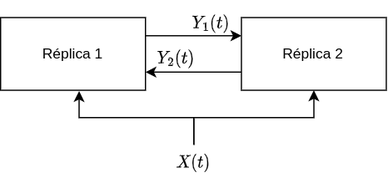
The draw.io diagram docs/latex/img/redundancia_doble.png in Federiconunezfrau/FCC-project-LARoptero, before a commit. Source tidied: cells renumbered, new cells last; positions are measured from the earlier drawing's top-left corner, leaving out a move shared by most shapes.
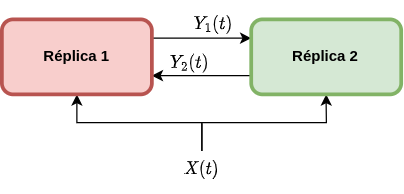
Later version of the same file.

Diff of the diagram source:
```diff
@@ -2,32 +2,34 @@
   <root>
     <mxCell id="0" />
     <mxCell id="1" parent="0" />
-    <mxCell id="2" style="edgeStyle=orthogonalEdgeStyle;rounded=0;jettySize=auto;html=1;exitX=1;exitY=0.25;exitDx=0;exitDy=0;entryX=0;entryY=0.25;entryDx=0;entryDy=0;" parent="1" edge="1" source="3" target="5">
+    <mxCell id="2" style="edgeStyle=orthogonalEdgeStyle;rounded=0;jettySize=auto;html=1;exitX=1;exitY=0.25;exitDx=0;exitDy=0;entryX=0;entryY=0.25;entryDx=0;entryDy=0;" parent="1" edge="1" source="9" target="10">
       <mxGeometry relative="1" as="geometry" />
     </mxCell>
-    <mxCell id="3" value="Réplica 1" style="rounded=0;whiteSpace=wrap;html=1;" parent="1" vertex="1">
-      <mxGeometry y="5" width="120" height="60" as="geometry" />
+    <mxCell id="3" style="edgeStyle=orthogonalEdgeStyle;rounded=0;jettySize=auto;html=1;exitX=0;exitY=0.75;exitDx=0;exitDy=0;entryX=1;entryY=0.75;entryDx=0;entryDy=0;" parent="1" edge="1" source="10">
+      <mxGeometry relative="1" as="geometry">
+        <mxPoint x="120" y="50" as="targetPoint" />
+      </mxGeometry>
     </mxCell>
-    <mxCell id="4" style="edgeStyle=orthogonalEdgeStyle;rounded=0;jettySize=auto;html=1;exitX=0;exitY=0.75;exitDx=0;exitDy=0;entryX=1;entryY=0.75;entryDx=0;entryDy=0;" parent="1" edge="1" source="5" target="3">
-      <mxGeometry relative="1" as="geometry" />
+    <mxCell id="4" value="$$Y_1(t)$$" style="text;html=1;strokeColor=none;fillColor=none;align=center;verticalAlign=middle;whiteSpace=wrap;rounded=0;" parent="1" vertex="1">
+      <mxGeometry x="149.5" y="-1" width="39.5" height="20" as="geometry" />
     </mxCell>
-    <mxCell id="5" value="Réplica 2" style="rounded=0;whiteSpace=wrap;html=1;" parent="1" vertex="1">
-      <mxGeometry x="199.5" y="5" width="120" height="60" as="geometry" />
+    <mxCell id="5" style="edgeStyle=orthogonalEdgeStyle;rounded=0;jettySize=auto;html=1;exitX=0.5;exitY=0;exitDx=0;exitDy=0;entryX=0.5;entryY=1;entryDx=0;entryDy=0;" parent="1" edge="1" source="7" target="9">
+      <mxGeometry relative="1" as="geometry" />
     </mxCell>
-    <mxCell id="6" value="$$Y_1(t)$$" style="text;html=1;strokeColor=none;fillColor=none;align=center;verticalAlign=middle;whiteSpace=wrap;rounded=0;" parent="1" vertex="1">
-      <mxGeometry x="155" width="39.5" height="20" as="geometry" />
+    <mxCell id="6" style="edgeStyle=orthogonalEdgeStyle;rounded=0;jettySize=auto;html=1;exitX=0.5;exitY=0;exitDx=0;exitDy=0;entryX=0.5;entryY=1;entryDx=0;entryDy=0;" parent="1" edge="1" source="7" target="10">
+      <mxGeometry relative="1" as="geometry" />
     </mxCell>
-    <mxCell id="7" style="edgeStyle=orthogonalEdgeStyle;rounded=0;jettySize=auto;html=1;exitX=0.5;exitY=0;exitDx=0;exitDy=0;entryX=0.542;entryY=1.011;entryDx=0;entryDy=0;entryPerimeter=0;" parent="1" edge="1" source="9" target="3">
-      <mxGeometry relative="1" as="geometry" />
+    <mxCell id="7" value="$$X(t)$$" style="text;html=1;strokeColor=none;fillColor=none;align=center;verticalAlign=middle;whiteSpace=wrap;rounded=0;" parent="1" vertex="1">
+      <mxGeometry x="130" y="110" width="60" height="30" as="geometry" />
     </mxCell>
-    <mxCell id="8" style="edgeStyle=orthogonalEdgeStyle;rounded=0;jettySize=auto;html=1;exitX=0.5;exitY=0;exitDx=0;exitDy=0;entryX=0.5;entryY=1;entryDx=0;entryDy=0;" parent="1" edge="1" source="9" target="5">
-      <mxGeometry relative="1" as="geometry" />
+    <mxCell id="8" value="$$Y_2(t)$$" style="text;html=1;strokeColor=none;fillColor=none;align=center;verticalAlign=middle;whiteSpace=wrap;rounded=0;" parent="1" vertex="1">
+      <mxGeometry x="130.5" y="30" width="39.5" height="20" as="geometry" />
     </mxCell>
-    <mxCell id="9" value="$$X(t)$$" style="text;html=1;strokeColor=none;fillColor=none;align=center;verticalAlign=middle;whiteSpace=wrap;rounded=0;" parent="1" vertex="1">
-      <mxGeometry x="130" y="110" width="60" height="30" as="geometry" />
+    <mxCell id="9" value="Réplica 1" style="rounded=1;whiteSpace=wrap;html=1;fillColor=#f8cecc;strokeColor=#b85450;strokeWidth=3;fontStyle=1;" parent="1" vertex="1">
+      <mxGeometry y="5" width="120" height="60" as="geometry" />
     </mxCell>
-    <mxCell id="10" value="$$Y_2(t)$$" style="text;html=1;strokeColor=none;fillColor=none;align=center;verticalAlign=middle;whiteSpace=wrap;rounded=0;" parent="1" vertex="1">
-      <mxGeometry x="125.5" y="29" width="39.5" height="20" as="geometry" />
+    <mxCell id="10" value="Réplica 2" style="rounded=1;whiteSpace=wrap;html=1;fillColor=#d5e8d4;strokeColor=#82b366;strokeWidth=3;fontStyle=1;" parent="1" vertex="1">
+      <mxGeometry x="199.5" y="5" width="120" height="60" as="geometry" />
     </mxCell>
   </root>
 </mxGraphModel>
```
